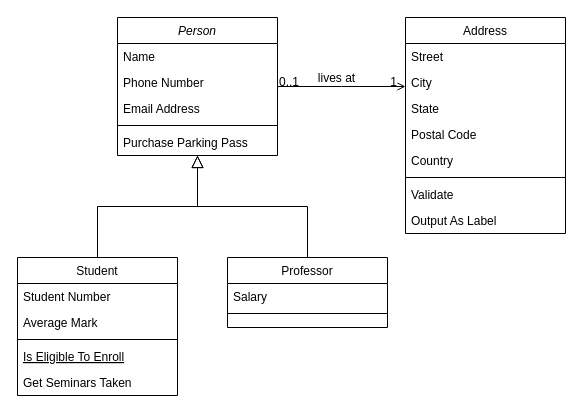
The draw.io diagram Untitled Diagram.drawio in Adamfk1/super-mario-pyxel, before the edit. Source tidied: cells renumbered, new cells numbered last; positions are measured from the earlier drawing's top-left corner, leaving out a move shared by most shapes. Both pictures are drawn from the tidied source at 100%, with x=0, y=0 at pixel (17, 17).
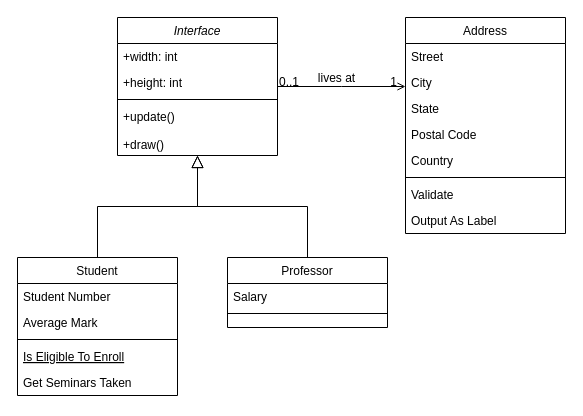
After the change.

What changed in the source:
```diff
@@
-    <mxCell id="2" value="Person" style="swimlane;fontStyle=2;align=center;verticalAlign=top;horizontal=1;startSize=26;rounded=0;shadow=0;strokeWidth=1;" parent="1" vertex="1">
+    <mxCell id="2" value="Interface" style="swimlane;fontStyle=2;align=center;verticalAlign=top;horizontal=1;startSize=26;rounded=0;shadow=0;strokeWidth=1;" parent="1" vertex="1">
       <mxGeometry x="100" width="160" height="138" as="geometry" />
     </mxCell>
-    <mxCell id="3" value="Name" style="text;align=left;verticalAlign=top;spacingLeft=4;spacingRight=4;overflow=hidden;" parent="2" vertex="1">
+    <mxCell id="3" value="+width: int" style="text;align=left;verticalAlign=top;spacingLeft=4;spacingRight=4;overflow=hidden;" parent="2" vertex="1">
       <mxGeometry y="26" width="160" height="26" as="geometry" />
     </mxCell>
-    <mxCell id="4" value="Phone Number" style="text;align=left;verticalAlign=top;spacingLeft=4;spacingRight=4;overflow=hidden;rounded=0;shadow=0;html=0;" parent="2" vertex="1">
+    <mxCell id="4" value="+height: int" style="text;align=left;verticalAlign=top;spacingLeft=4;spacingRight=4;overflow=hidden;rounded=0;shadow=0;html=0;" parent="2" vertex="1">
       <mxGeometry y="52" width="160" height="26" as="geometry" />
     </mxCell>
-    <mxCell id="5" value="Email Address" style="text;align=left;verticalAlign=top;spacingLeft=4;spacingRight=4;overflow=hidden;rounded=0;shadow=0;html=0;" parent="2" vertex="1">
-      <mxGeometry y="78" width="160" height="26" as="geometry" />
-    </mxCell>
     <mxCell id="6" style="line;html=1;strokeWidth=1;align=left;verticalAlign=middle;spacingTop=-1;spacingLeft=3;spacingRight=3;labelPosition=right;" parent="2" vertex="1">
-      <mxGeometry y="104" width="160" height="8" as="geometry" />
+      <mxGeometry y="78" width="160" height="8" as="geometry" />
     </mxCell>
-    <mxCell id="7" value="Purchase Parking Pass" style="text;align=left;verticalAlign=top;spacingLeft=4;spacingRight=4;overflow=hidden;" parent="2" vertex="1">
-      <mxGeometry y="112" width="160" height="26" as="geometry" />
+    <mxCell id="7" value="+update()&#10;&#10;+draw()" style="text;align=left;verticalAlign=top;spacingLeft=4;spacingRight=4;overflow=hidden;" parent="2" vertex="1">
+      <mxGeometry y="86" width="160" height="44" as="geometry" />
     </mxCell>
```
